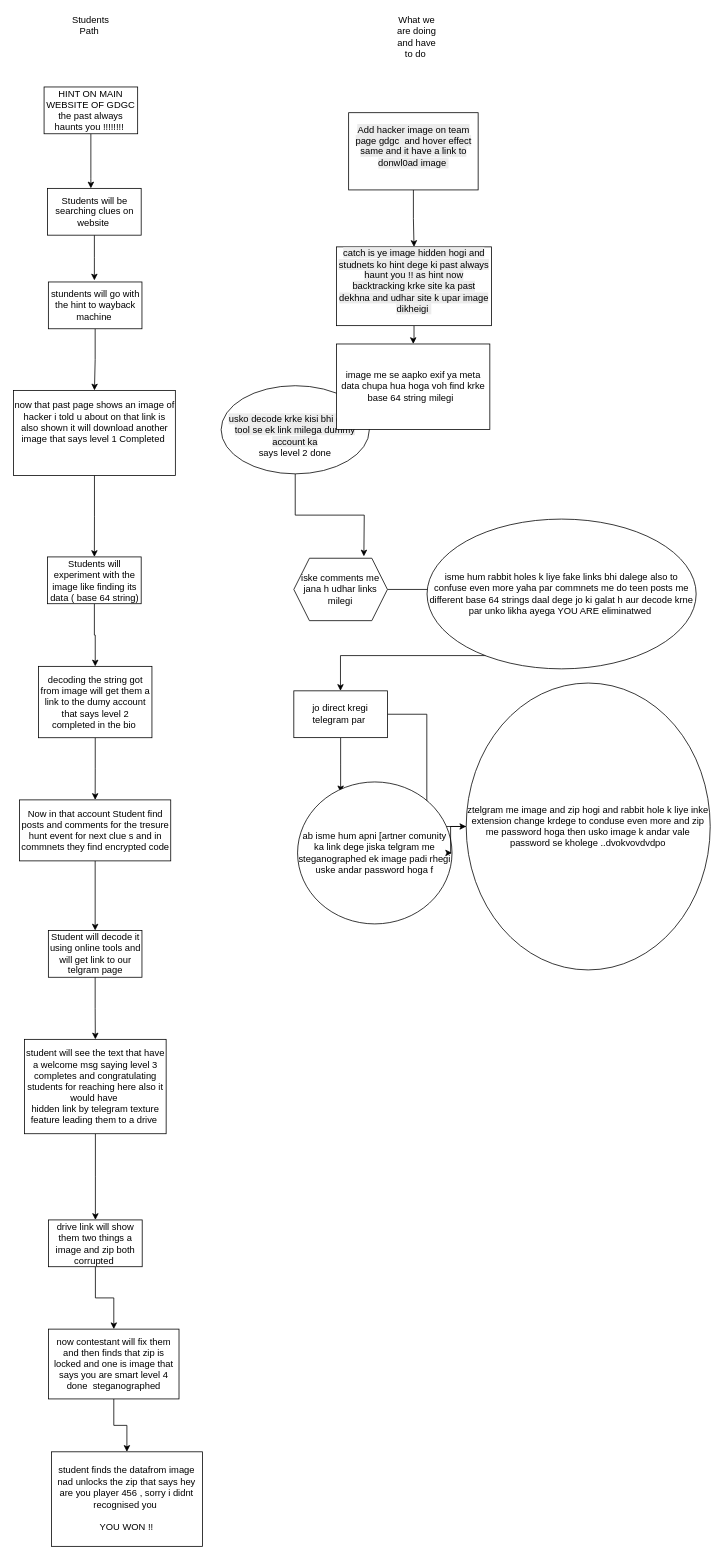
The draw.io diagram Ctf.drawio in utkarshcse2026/SWE-Lab-Sem6-, before the edit. Source tidied: cells renumbered, new cells numbered last; positions are measured from the earlier drawing's top-left corner, leaving out a move shared by most shapes. Both pictures are drawn from the tidied source at 78%, with x=0, y=0 at pixel (13, 13).
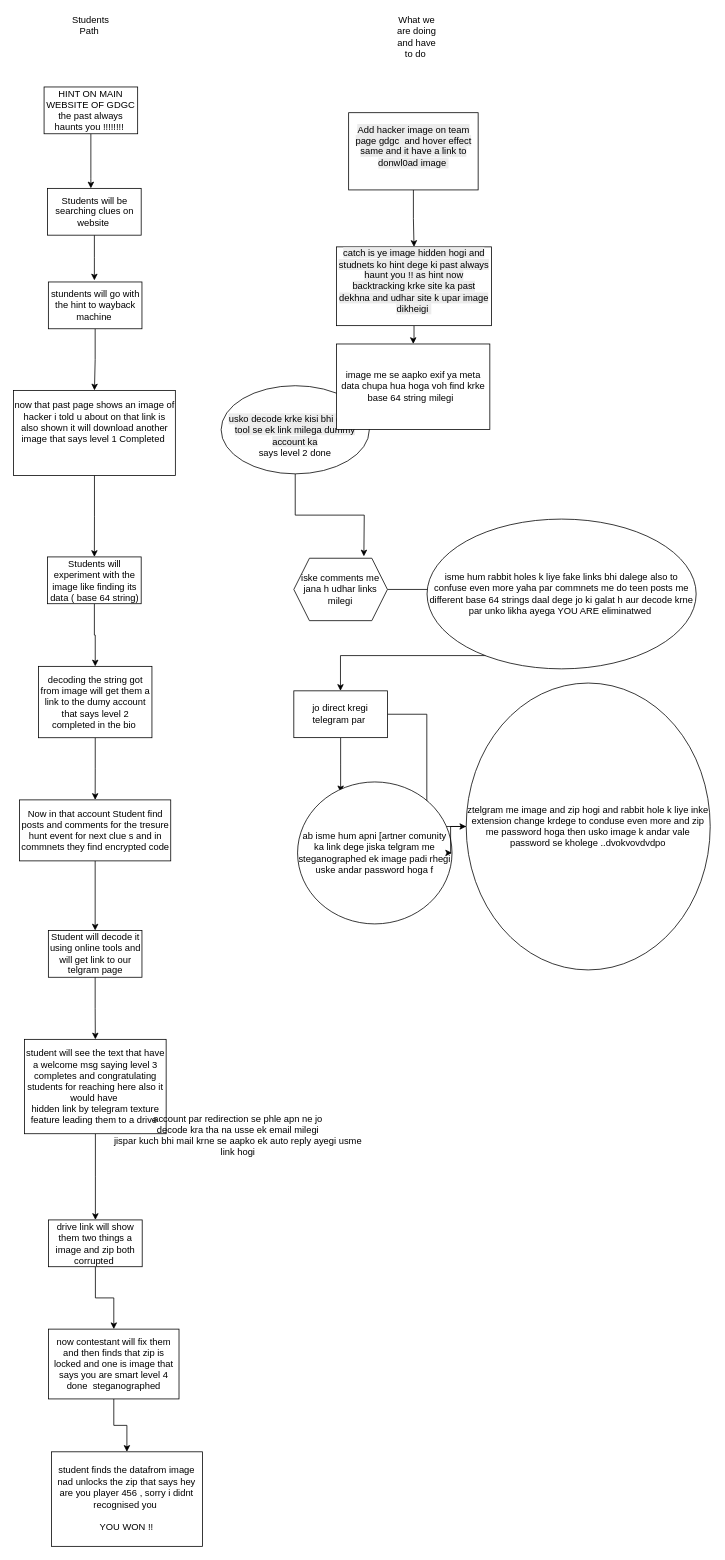
Above is the later version.

Diff of the diagram source:
```diff
@@
+    <mxCell id="43" value="account par redirection se phle apn ne jo&amp;nbsp;&lt;br&gt;decode kra tha na usse ek email milegi&amp;nbsp;&lt;br&gt;jispar kuch bhi mail krne se aapko ek auto reply ayegi usme&amp;nbsp;&lt;br&gt;link hogi&amp;nbsp;" style="text;html=1;align=center;verticalAlign=middle;strokeColor=none;fillColor=none;" parent="1" vertex="1">
+      <mxGeometry x="119" y="1403" width="339" height="70" as="geometry" />
+    </mxCell>
```
